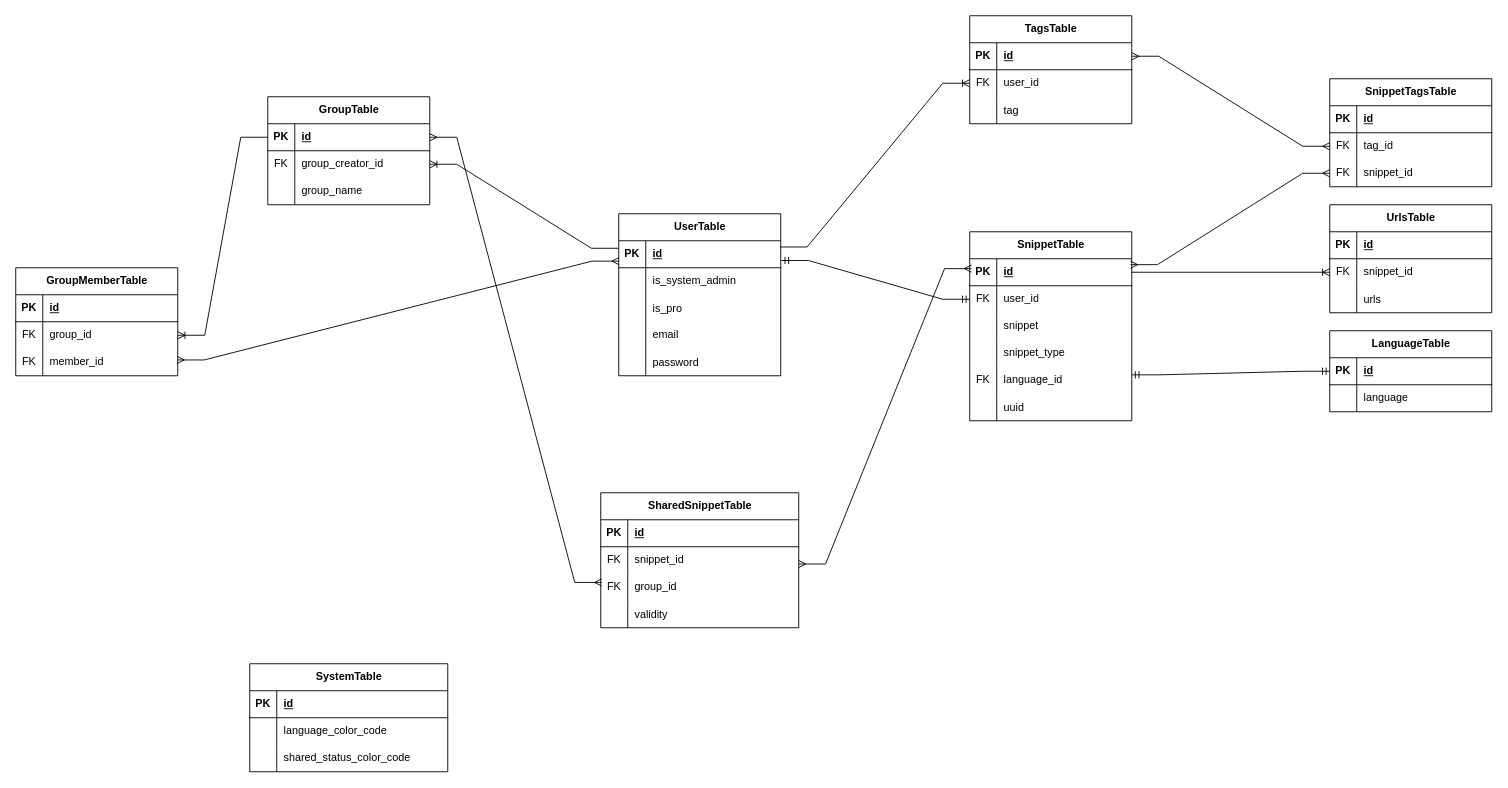
Above: docs/codejavu_db.drawio in weekendsquad/codjvu (draw.io), before the change. Source tidied: cells renumbered, new cells numbered last; positions are measured from the earlier drawing's top-left corner, leaving out a move shared by most shapes. Both pictures are drawn from the tidied source at 90%, with x=0, y=0 at pixel (15, 15).
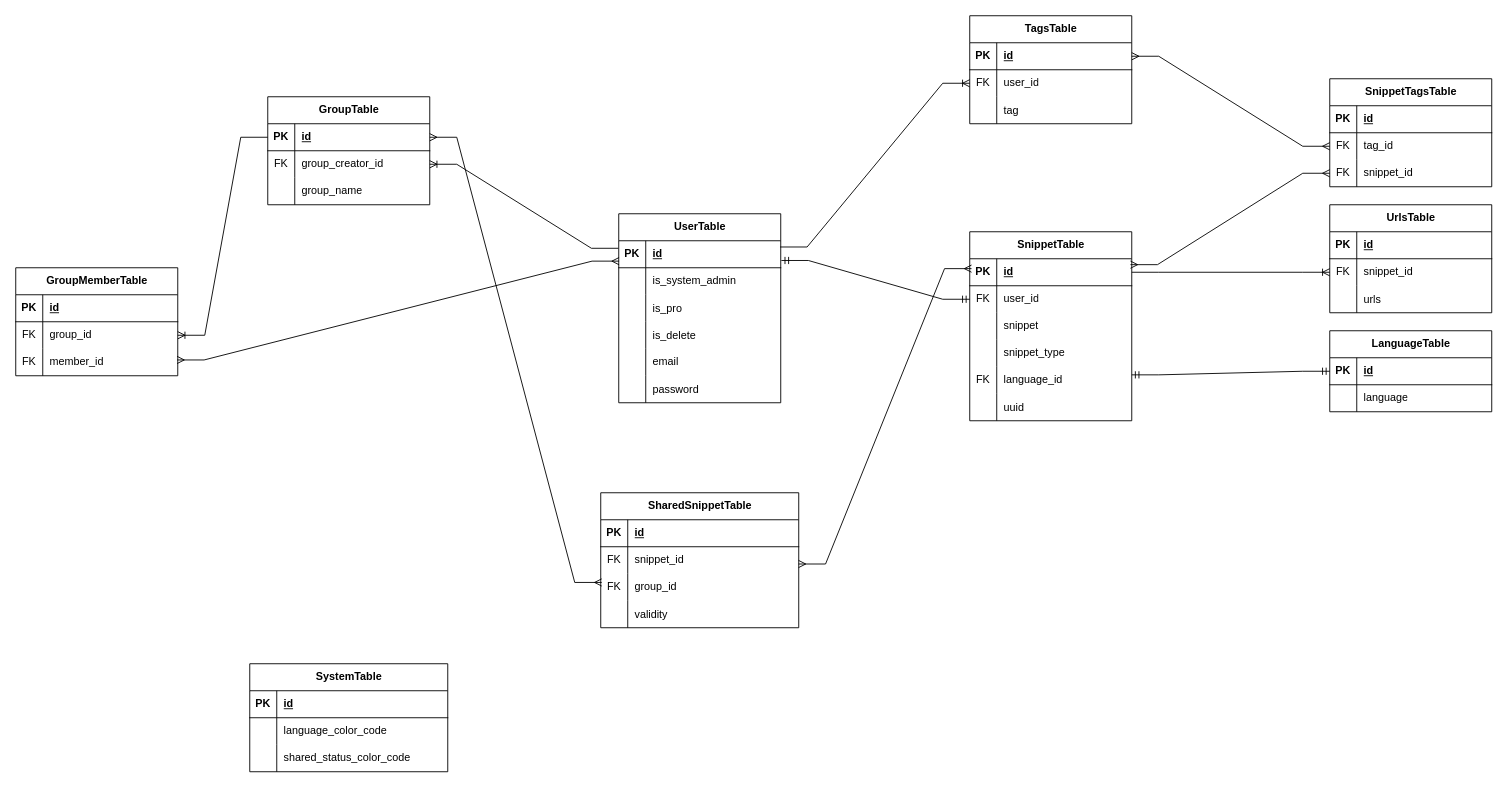
The same page after the edit.

Commit message:
update database design uml diagram

Change to the diagram source:
```diff
@@
     <mxCell id="58" value="UserTable" style="shape=table;startSize=30;childLayout=tableLayout;rowLines=0;fontStyle=1;align=center;html=1;" parent="1" vertex="1">
-      <mxGeometry x="670" y="220" width="180" height="180" as="geometry" />
+      <mxGeometry x="670" y="220" width="180" height="210" as="geometry" />
     </mxCell>
@@
+    <mxCell id="128" style="shape=tableRow;horizontal=0;startSize=0;swimlaneHead=0;swimlaneBody=0;fillColor=none;top=0;left=0;right=0;bottom=0;" parent="58" vertex="1">
+      <mxGeometry y="120" width="180" height="30" as="geometry" />
+    </mxCell>
+    <mxCell id="129" style="shape=partialRectangle;fillColor=none;top=0;left=0;bottom=0;right=0;overflow=hidden;" parent="128" vertex="1">
+      <mxGeometry width="30" height="30" as="geometry" />
+    </mxCell>
+    <mxCell id="130" value="is_delete" style="shape=partialRectangle;fillColor=none;top=0;left=0;bottom=0;right=0;align=left;spacingLeft=6;overflow=hidden;" parent="128" vertex="1">
+      <mxGeometry x="30" width="150" height="30" as="geometry" />
+    </mxCell>
     <mxCell id="68" style="shape=tableRow;horizontal=0;startSize=0;swimlaneHead=0;swimlaneBody=0;fillColor=none;top=0;left=0;right=0;bottom=0;" parent="58" vertex="1">
-      <mxGeometry y="120" width="180" height="30" as="geometry" />
+      <mxGeometry y="150" width="180" height="30" as="geometry" />
     </mxCell>
@@
     <mxCell id="71" style="shape=tableRow;horizontal=0;startSize=0;swimlaneHead=0;swimlaneBody=0;fillColor=none;top=0;left=0;right=0;bottom=0;" parent="58" vertex="1">
-      <mxGeometry y="150" width="180" height="30" as="geometry" />
+      <mxGeometry y="180" width="180" height="30" as="geometry" />
     </mxCell>
```
